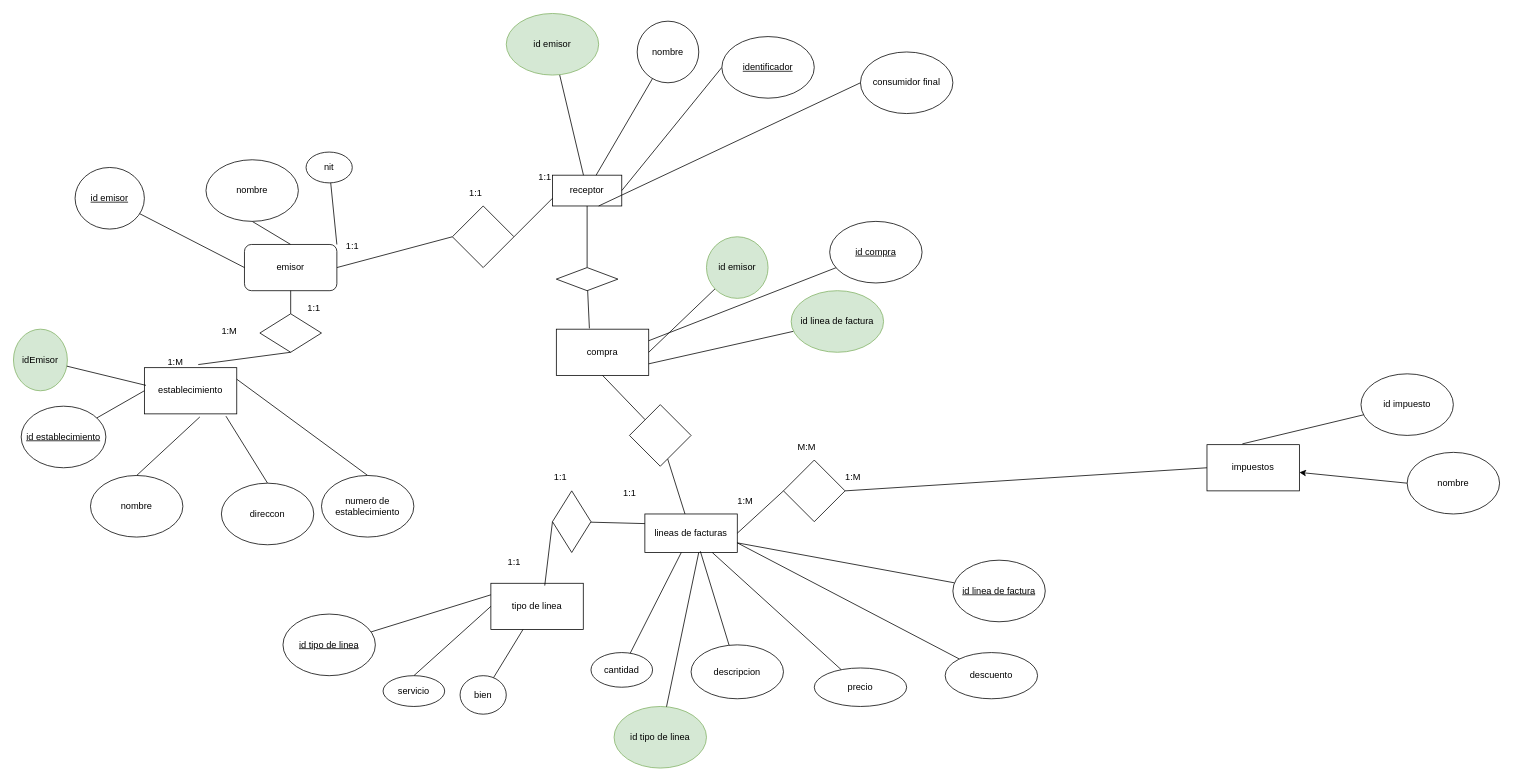
vaquiAbi/ejemplo keeps this draw.io diagram as Untitled Diagram.drawio. Above is the earlier version. Source tidied: cells renumbered, new cells numbered last; positions are measured from the earlier drawing's top-left corner, leaving out a move shared by most shapes. Both pictures are drawn from the tidied source at 77%, with x=0, y=0 at pixel (13, 13).
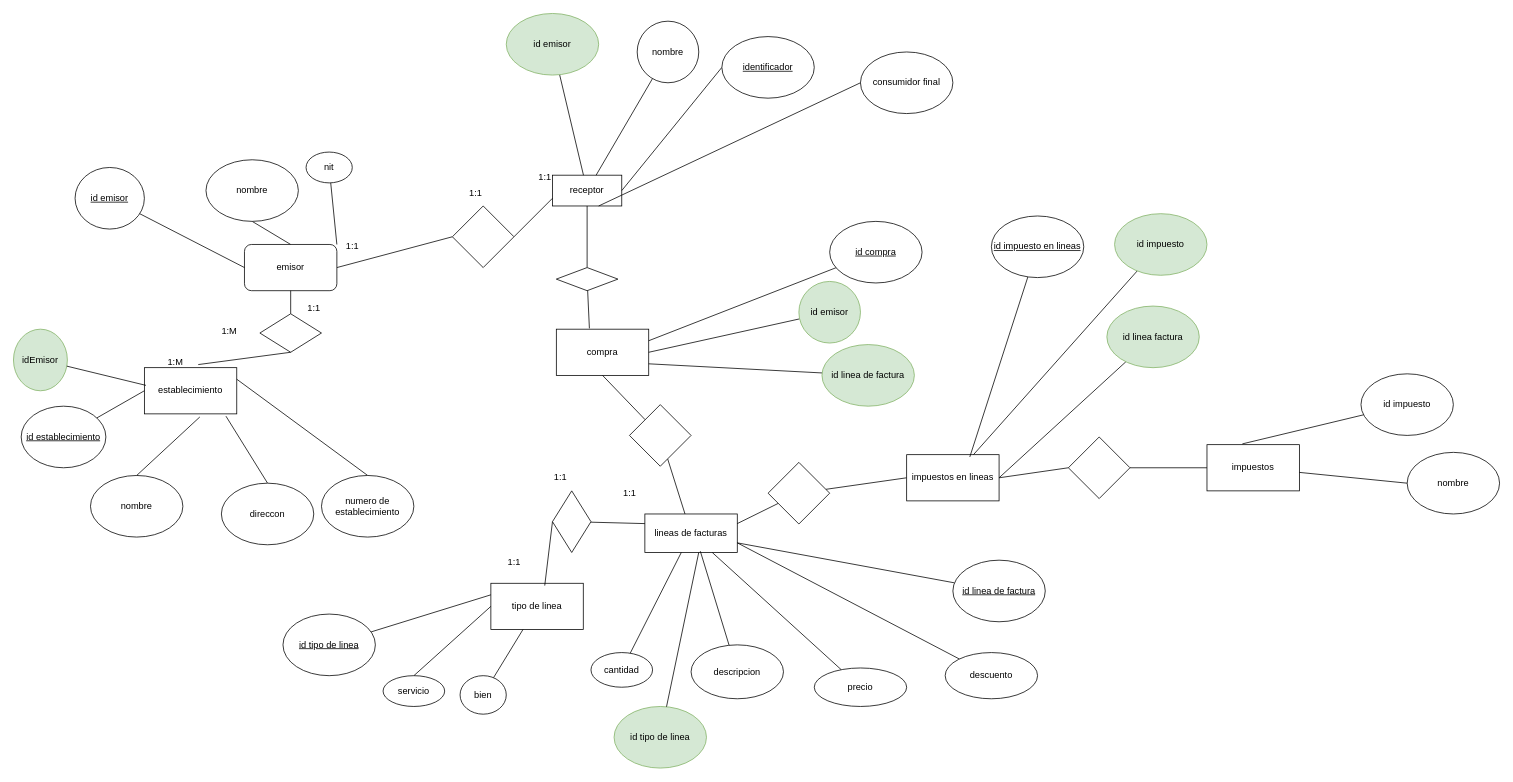
The same diagram, later.

The change refers to these unchanged cells:
```xml
<mxCell id="28" value="lineas de facturas" style="rounded=0;whiteSpace=wrap;html=1;" parent="1" vertex="1">
  <mxGeometry x="820" y="650" width="120" height="50" as="geometry" />
</mxCell>
<mxCell id="48" value="impuestos" style="rounded=0;whiteSpace=wrap;html=1;" parent="1" vertex="1">
  <mxGeometry x="1550" y="560" width="120" height="60" as="geometry" />
</mxCell>
<mxCell id="52" value="nombre" style="ellipse;whiteSpace=wrap;html=1;" parent="1" vertex="1">
  <mxGeometry x="1810" y="570" width="120" height="80" as="geometry" />
</mxCell>
```

Change to the diagram source:
```diff
@@
-    <mxCell id="47" style="rounded=0;jettySize=auto;html=1;exitX=0;exitY=0.5;exitDx=0;exitDy=0;entryX=1;entryY=0.5;entryDx=0;entryDy=0;endArrow=none;endFill=0;" parent="1" edge="1" source="48" target="49">
-      <mxGeometry relative="1" as="geometry" />
-    </mxCell>
+    <mxCell id="91" style="rounded=0;jettySize=auto;html=1;entryX=1;entryY=0.5;entryDx=0;entryDy=0;endArrow=none;endFill=0;" parent="1" edge="1" source="48" target="92">
+      <mxGeometry relative="1" as="geometry" />
+    </mxCell>
@@
-    <mxCell id="49" style="rhombus;whiteSpace=wrap;html=1;" parent="1" vertex="1">
-      <mxGeometry x="1000" y="580" width="80" height="80" as="geometry" />
-    </mxCell>
-    <mxCell id="50" style="rounded=0;jettySize=auto;html=1;exitX=1;exitY=0.5;exitDx=0;exitDy=0;entryX=0;entryY=0.5;entryDx=0;entryDy=0;endArrow=none;endFill=0;" parent="1" edge="1" source="28" target="49">
-      <mxGeometry relative="1" as="geometry" />
-    </mxCell>
-    <mxCell id="51" style="rounded=0;jettySize=auto;html=1;exitX=0;exitY=0.5;exitDx=0;exitDy=0;" parent="1" edge="1" source="52" target="48">
+    <mxCell id="51" style="rounded=0;jettySize=auto;html=1;exitX=0;exitY=0.5;exitDx=0;exitDy=0;endArrow=none;endFill=0;" parent="1" edge="1" source="52" target="48">
       <mxGeometry relative="1" as="geometry" />
     </mxCell>
@@
-    <mxCell id="70" value="1:M" style="text;html=1;align=center;verticalAlign=middle;strokeColor=none;fillColor=none;" parent="1" vertex="1">
-      <mxGeometry x="1070" y="588" width="40" height="30" as="geometry" />
-    </mxCell>
-    <mxCell id="71" value="1:M" style="text;html=1;align=center;verticalAlign=middle;strokeColor=none;fillColor=none;" parent="1" vertex="1">
-      <mxGeometry x="930" y="618" width="40" height="30" as="geometry" />
-    </mxCell>
-    <mxCell id="72" value="M:M" style="text;html=1;align=center;verticalAlign=middle;strokeColor=none;fillColor=none;" parent="1" vertex="1">
-      <mxGeometry x="1010" y="548" width="40" height="30" as="geometry" />
-    </mxCell>
@@
     <mxCell id="86" value="id emisor" style="ellipse;whiteSpace=wrap;html=1;fillColor=#d5e8d4;strokeColor=#82b366;" parent="1" vertex="1">
-      <mxGeometry x="900" y="290" width="80" height="80" as="geometry" />
+      <mxGeometry x="1020" y="348" width="80" height="80" as="geometry" />
     </mxCell>
@@
     <mxCell id="90" value="id linea de factura" style="ellipse;whiteSpace=wrap;html=1;fillColor=#d5e8d4;strokeColor=#82b366;" parent="1" vertex="1">
-      <mxGeometry x="1010" y="360" width="120" height="80" as="geometry" />
+      <mxGeometry x="1050" y="430" width="120" height="80" as="geometry" />
     </mxCell>
+    <mxCell id="92" style="rhombus;whiteSpace=wrap;html=1;" parent="1" vertex="1">
+      <mxGeometry x="1370" y="550" width="80" height="80" as="geometry" />
+    </mxCell>
+    <mxCell id="93" style="rounded=0;jettySize=auto;html=1;entryX=1;entryY=0.25;entryDx=0;entryDy=0;endArrow=none;endFill=0;" parent="1" edge="1" source="95" target="28">
+      <mxGeometry relative="1" as="geometry" />
+    </mxCell>
+    <mxCell id="94" style="rounded=0;jettySize=auto;html=1;entryX=0;entryY=0.5;entryDx=0;entryDy=0;endArrow=none;endFill=0;" parent="1" edge="1" source="95" target="97">
+      <mxGeometry relative="1" as="geometry" />
+    </mxCell>
+    <mxCell id="95" style="rhombus;whiteSpace=wrap;html=1;" parent="1" vertex="1">
+      <mxGeometry x="980" y="583" width="80" height="80" as="geometry" />
+    </mxCell>
+    <mxCell id="96" style="rounded=0;jettySize=auto;html=1;exitX=1;exitY=0.5;exitDx=0;exitDy=0;entryX=0;entryY=0.5;entryDx=0;entryDy=0;endArrow=none;endFill=0;" parent="1" edge="1" source="97" target="92">
+      <mxGeometry relative="1" as="geometry" />
+    </mxCell>
+    <mxCell id="97" value="impuestos en lineas " style="rounded=0;whiteSpace=wrap;html=1;" parent="1" vertex="1">
+      <mxGeometry x="1160" y="573" width="120" height="60" as="geometry" />
+    </mxCell>
+    <mxCell id="98" style="rounded=0;jettySize=auto;html=1;endArrow=none;endFill=0;" parent="1" edge="1" source="99" target="97">
+      <mxGeometry relative="1" as="geometry" />
+    </mxCell>
+    <mxCell id="99" value="id impuesto" style="ellipse;whiteSpace=wrap;html=1;fillColor=#d5e8d4;strokeColor=#82b366;" parent="1" vertex="1">
+      <mxGeometry x="1430" y="260" width="120" height="80" as="geometry" />
+    </mxCell>
+    <mxCell id="100" style="rounded=0;jettySize=auto;html=1;entryX=1;entryY=0.5;entryDx=0;entryDy=0;endArrow=none;endFill=0;" parent="1" edge="1" source="101" target="97">
+      <mxGeometry relative="1" as="geometry" />
+    </mxCell>
+    <mxCell id="101" value="id linea factura" style="ellipse;whiteSpace=wrap;html=1;fillColor=#d5e8d4;strokeColor=#82b366;" parent="1" vertex="1">
+      <mxGeometry x="1420" y="380" width="120" height="80" as="geometry" />
+    </mxCell>
+    <mxCell id="102" value="&lt;u&gt;id impuesto en lineas&lt;/u&gt;" style="ellipse;whiteSpace=wrap;html=1;" parent="1" vertex="1">
+      <mxGeometry x="1270" y="263" width="120" height="80" as="geometry" />
+    </mxCell>
+    <mxCell id="103" style="rounded=0;jettySize=auto;html=1;entryX=0.683;entryY=0.05;entryDx=0;entryDy=0;entryPerimeter=0;endArrow=none;endFill=0;" parent="1" edge="1" source="102" target="97">
+      <mxGeometry relative="1" as="geometry" />
+    </mxCell>
```
